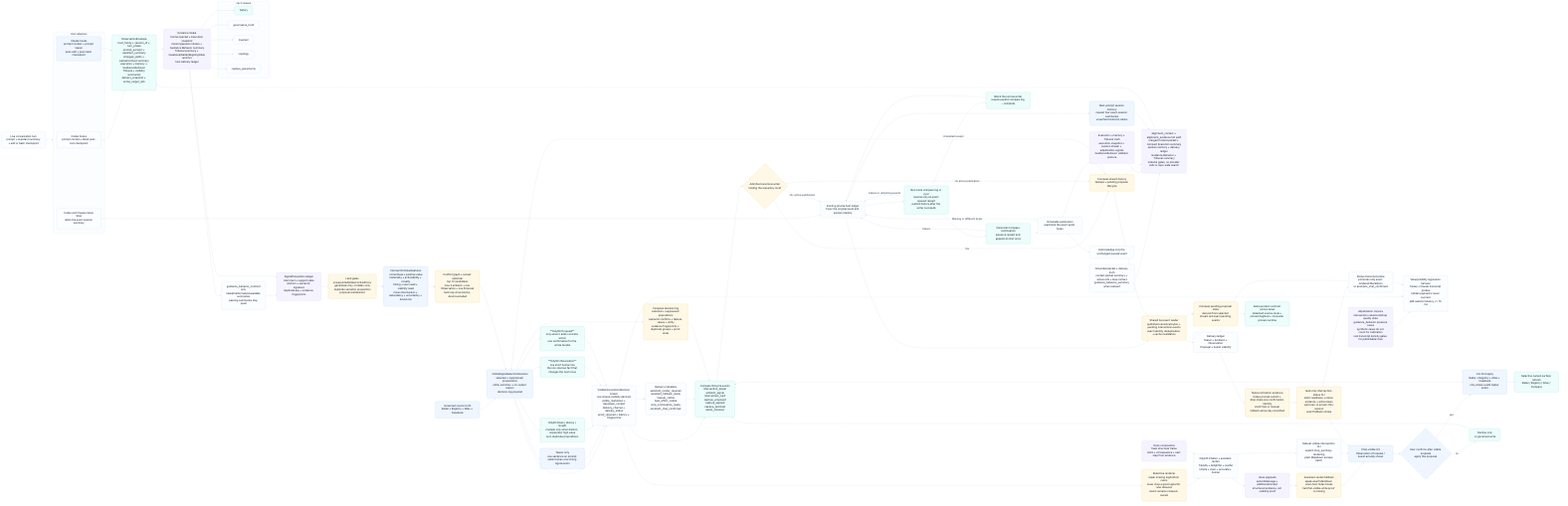
Before: odylith/atlas/source/odylith-conversation-observation-and-governed-proposal-flow.png, a diagram exported from Mermaid (odylith/odylith). Its source is kept beside it as odylith/atlas/source/odylith-conversation-observation-and-governed-proposal-flow.mmd.
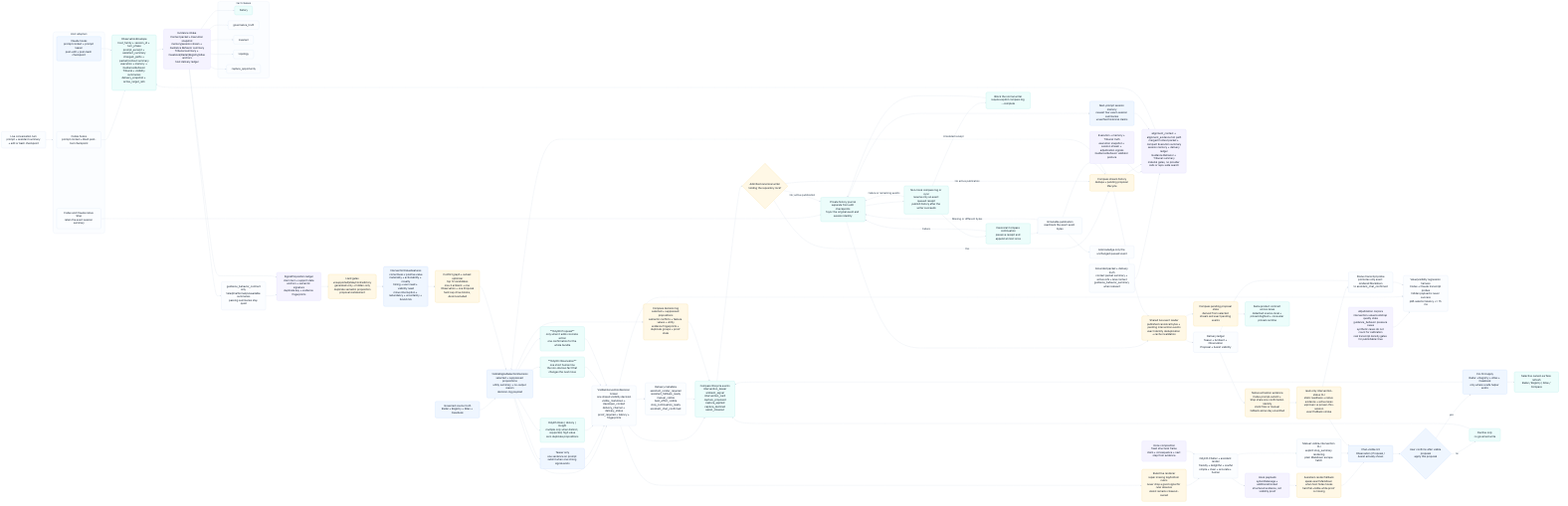
After the commit.

Change to the diagram source:
```diff
@@ -59,7 +59,7 @@
     Chatter --> ManualVisible["Manual visible-intervention CLI<br/>explicit stop_summary rendering<br/>plain Markdown escape hatch"]
     AssistantFallback --> Chat["Chat-visible UX<br/>Observation / Proposal / Assist actually shown"]
     ManualVisible --> Chat
-    NativeStop --> HostQueue["Existing private host ledger<br/>fsync the original event and session identity"]
+    NativeStop --> HostQueue["Private history journal<br/>separate from edit checkpoints<br/>fsync the original event and session identity"]
     Events --> EventAdmission{"Admitted canonical writer<br/>holding the repository lock?"}
     EventAdmission -->|Yes| Stream
     EventAdmission -->|No active publication| Stream
```
